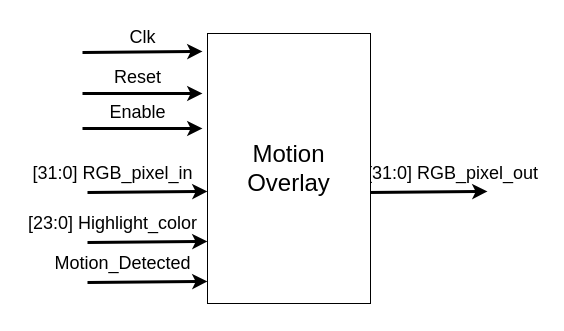
Above: drawings/Motion_Overlay.drawio in sabarioded/Hardware_for_Digital_Video_Motion_Detector (draw.io), before the change. Source tidied: cells renumbered, new cells numbered last; positions are measured from the earlier drawing's top-left corner, leaving out a move shared by most shapes. Both pictures are drawn from the tidied source at 100%, with x=0, y=0 at pixel (17, 17).
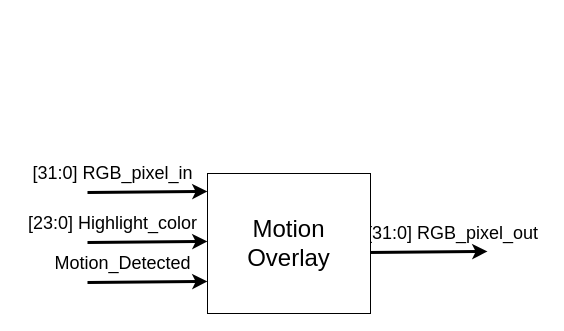
The same page after the edit.

The edit, as a diff of the source:
```diff
@@
-    <mxCell id="2" style="endArrow=classic;html=1;rounded=0;strokeWidth=3;" parent="1" edge="1">
-      <mxGeometry relative="1" as="geometry">
-        <mxPoint x="65" y="35" as="sourcePoint" />
-        <mxPoint x="185" y="34" as="targetPoint" />
-      </mxGeometry>
-    </mxCell>
-    <mxCell id="3" value="&lt;font style=&quot;font-size: 18px;&quot;&gt;Clk&lt;/font&gt;" style="text;html=1;align=center;verticalAlign=middle;strokeColor=none;fillColor=none;" parent="1" vertex="1">
-      <mxGeometry x="100" width="50" height="40" as="geometry" />
-    </mxCell>
-    <mxCell id="4" style="endArrow=classic;html=1;rounded=0;strokeWidth=3;" parent="1" edge="1">
-      <mxGeometry relative="1" as="geometry">
-        <mxPoint x="65" y="76" as="sourcePoint" />
-        <mxPoint x="185" y="76" as="targetPoint" />
-      </mxGeometry>
-    </mxCell>
-    <mxCell id="5" value="&lt;span style=&quot;font-size: 18px;&quot;&gt;Reset&lt;/span&gt;" style="text;html=1;align=center;verticalAlign=middle;strokeColor=none;fillColor=none;" parent="1" vertex="1">
-      <mxGeometry x="85" y="40" width="70" height="40" as="geometry" />
-    </mxCell>
-    <mxCell id="6" style="endArrow=classic;html=1;rounded=0;strokeWidth=3;" parent="1" edge="1">
-      <mxGeometry relative="1" as="geometry">
-        <mxPoint x="65" y="111" as="sourcePoint" />
-        <mxPoint x="185" y="111" as="targetPoint" />
-      </mxGeometry>
-    </mxCell>
-    <mxCell id="7" value="&lt;span style=&quot;font-size: 18px;&quot;&gt;Enable&lt;/span&gt;" style="text;html=1;align=center;verticalAlign=middle;strokeColor=none;fillColor=none;" parent="1" vertex="1">
-      <mxGeometry x="80" y="75" width="80" height="40" as="geometry" />
-    </mxCell>
@@
     <mxCell id="10" style="endArrow=classic;html=1;rounded=0;strokeWidth=3;" parent="1" edge="1">
       <mxGeometry relative="1" as="geometry">
-        <mxPoint x="350" y="175" as="sourcePoint" />
-        <mxPoint x="470" y="174" as="targetPoint" />
+        <mxPoint x="350" y="235" as="sourcePoint" />
+        <mxPoint x="470" y="234" as="targetPoint" />
       </mxGeometry>
     </mxCell>
     <mxCell id="11" value="&lt;span style=&quot;font-size: 18px;&quot;&gt;[31:0] RGB_pixel_out&lt;/span&gt;" style="text;html=1;align=center;verticalAlign=middle;strokeColor=none;fillColor=none;" parent="1" vertex="1">
-      <mxGeometry x="340" y="136" width="190" height="40" as="geometry" />
+      <mxGeometry x="340" y="196" width="190" height="40" as="geometry" />
     </mxCell>
     <mxCell id="12" value="&lt;font style=&quot;font-size: 24px;&quot;&gt;Motion Overlay&lt;/font&gt;" style="rounded=0;whiteSpace=wrap;html=1;" parent="1" vertex="1">
-      <mxGeometry x="190" y="16" width="163" height="270" as="geometry" />
+      <mxGeometry x="190" y="156" width="163" height="140" as="geometry" />
     </mxCell>
```
